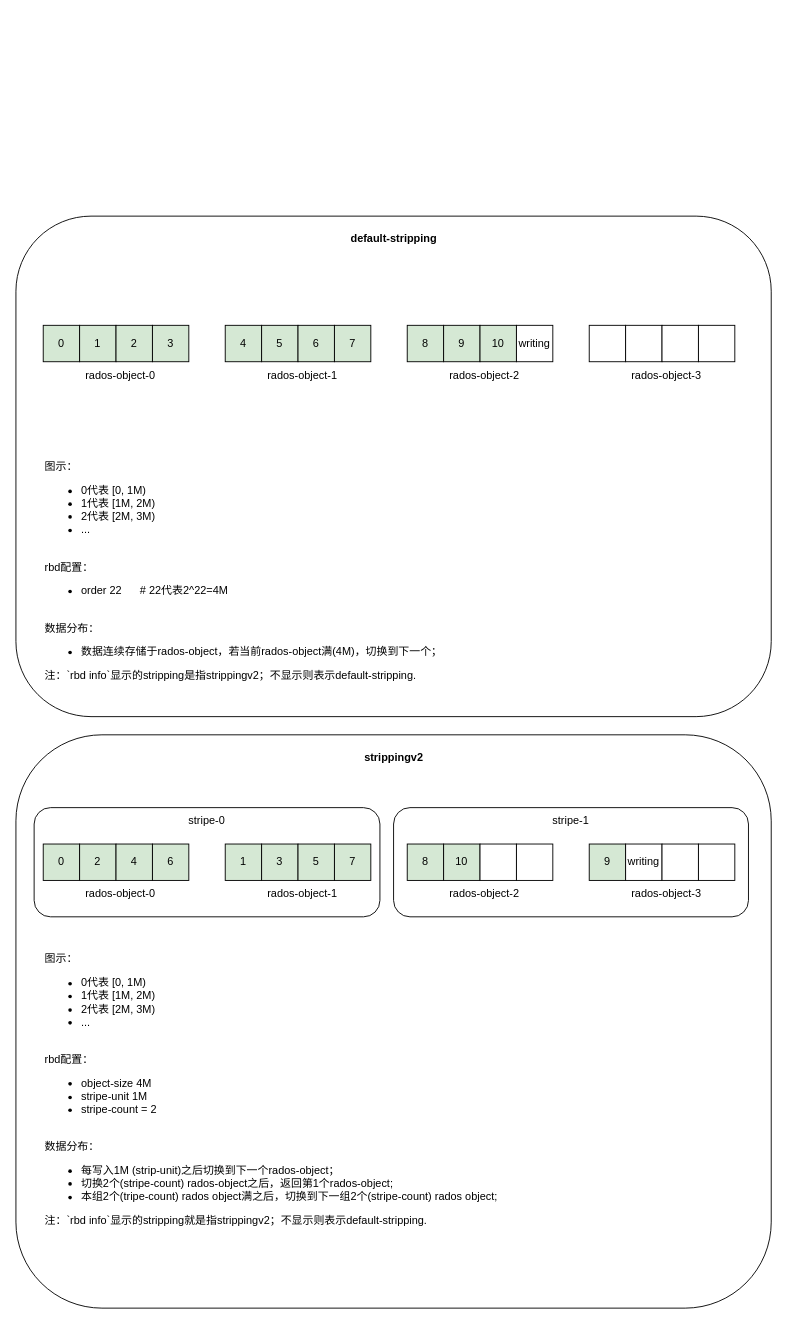
yuanguohuo/diagrams keeps this draw.io diagram as page "stripping" (2 of 3) of ceph-rbd.drawio. Above is the earlier version. Source tidied: cells renumbered, new cells numbered last; positions are measured from the earlier drawing's top-left corner, leaving out a move shared by most shapes. Both pictures are drawn from the tidied source at 91%, with x=0, y=0 at pixel (15, 216).
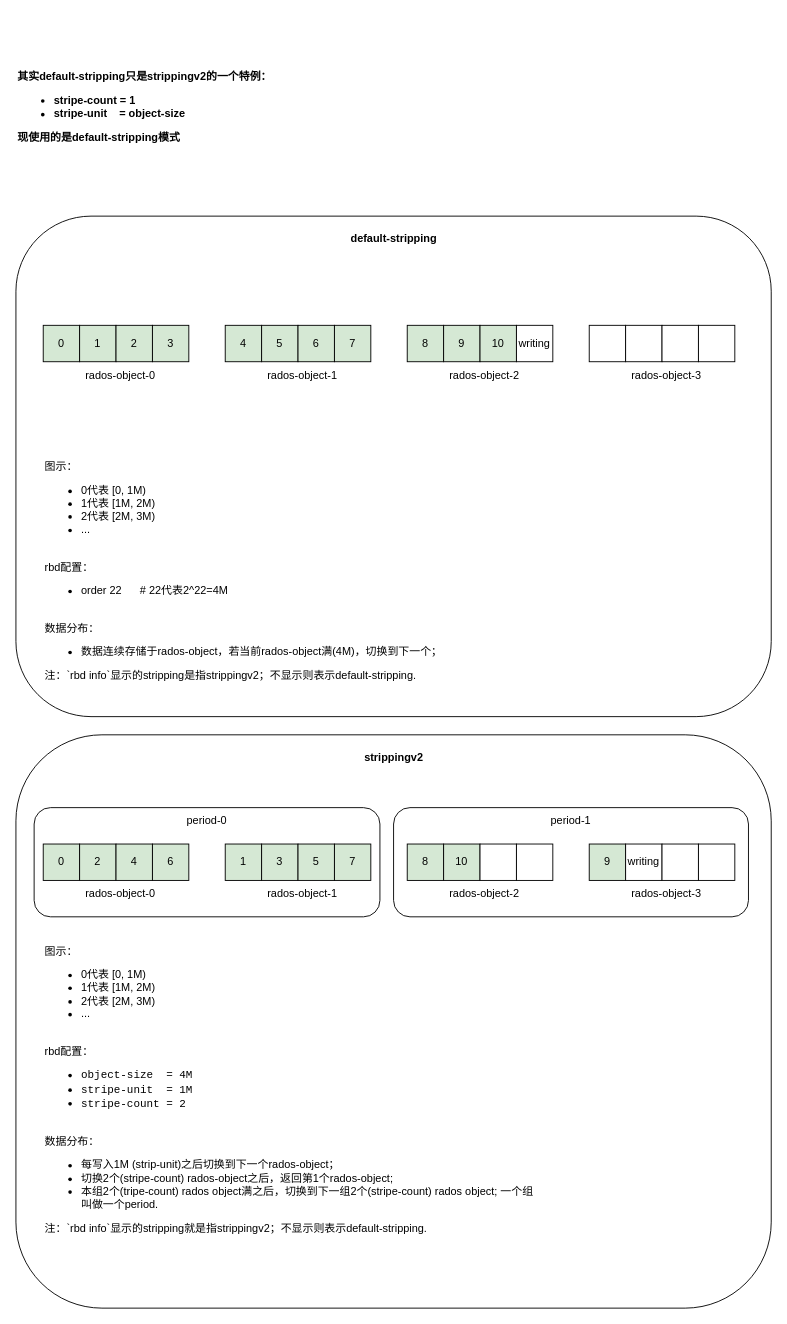
Above is the later version.

The change refers to these unchanged cells:
```xml
<mxCell id="25" style="group;" parent="1" vertex="1">
  <mxGeometry y="570" width="830" height="630" as="geometry" />
</mxCell>
```

Change to the diagram source:
```diff
@@
-    <mxCell id="27" value="图示：&lt;br&gt;&lt;ul&gt;&lt;li&gt;0代表 [0, 1M)&lt;/li&gt;&lt;li&gt;1代表 [1M, 2M)&lt;/li&gt;&lt;li&gt;2代表 [2M, 3M)&lt;/li&gt;&lt;li&gt;...&lt;/li&gt;&lt;/ul&gt;&lt;br&gt;rbd配置：&lt;br&gt;&lt;ul&gt;&lt;li&gt;object-size 4M&lt;/li&gt;&lt;li&gt;stripe-unit 1M&lt;/li&gt;&lt;li&gt;stripe-count = 2&lt;/li&gt;&lt;/ul&gt;&lt;br&gt;数据分布：&lt;br&gt;&lt;ul&gt;&lt;li&gt;每写入1M (strip-unit)之后切换到下一个rados-object；&lt;/li&gt;&lt;li&gt;切换2个(stripe-count) rados-object之后，返回第1个rados-object;&lt;/li&gt;&lt;li&gt;本组2个(tripe-count) rados object满之后，切换到下一组2个(stripe-count) rados object;&lt;/li&gt;&lt;/ul&gt;&lt;div&gt;注：`rbd info`显示的stripping就是指strippingv2；不显示则表示default-stripping.&lt;/div&gt;" style="text;html=1;strokeColor=none;fillColor=none;align=left;verticalAlign=middle;whiteSpace=wrap;rounded=0;" parent="25" vertex="1">
+    <mxCell id="27" value="图示：&lt;br&gt;&lt;ul&gt;&lt;li&gt;0代表 [0, 1M)&lt;/li&gt;&lt;li&gt;1代表 [1M, 2M)&lt;/li&gt;&lt;li&gt;2代表 [2M, 3M)&lt;/li&gt;&lt;li&gt;...&lt;/li&gt;&lt;/ul&gt;&lt;br&gt;rbd配置：&lt;br&gt;&lt;ul&gt;&lt;li&gt;&lt;font face=&quot;Courier New&quot;&gt;object-size&amp;nbsp; = 4M&lt;/font&gt;&lt;/li&gt;&lt;li&gt;&lt;font face=&quot;Courier New&quot;&gt;stripe-unit&amp;nbsp; = 1M&lt;/font&gt;&lt;/li&gt;&lt;li&gt;&lt;font face=&quot;Courier New&quot;&gt;stripe-count = 2&lt;/font&gt;&lt;/li&gt;&lt;/ul&gt;&lt;br&gt;数据分布：&lt;br&gt;&lt;ul&gt;&lt;li&gt;每写入1M (strip-unit)之后切换到下一个rados-object；&lt;/li&gt;&lt;li&gt;切换2个(stripe-count) rados-object之后，返回第1个rados-object;&lt;/li&gt;&lt;li&gt;本组2个(tripe-count) rados object满之后，切换到下一组2个(stripe-count) rados object; 一个组叫做一个period.&lt;/li&gt;&lt;/ul&gt;&lt;div&gt;注：`rbd info`显示的stripping就是指strippingv2；不显示则表示default-stripping.&lt;/div&gt;" style="text;html=1;strokeColor=none;fillColor=none;align=left;verticalAlign=middle;whiteSpace=wrap;rounded=0;" parent="25" vertex="1">
       <mxGeometry x="30" y="220" width="550" height="340" as="geometry" />
     </mxCell>
@@
-    <mxCell id="40" value="stripe-0" style="text;html=1;strokeColor=none;fillColor=none;align=center;verticalAlign=middle;whiteSpace=wrap;rounded=0;" parent="25" vertex="1">
+    <mxCell id="40" value="period-0" style="text;html=1;strokeColor=none;fillColor=none;align=center;verticalAlign=middle;whiteSpace=wrap;rounded=0;" parent="25" vertex="1">
       <mxGeometry x="180" y="80" width="60" height="30" as="geometry" />
     </mxCell>
@@
-    <mxCell id="52" value="stripe-1" style="text;html=1;strokeColor=none;fillColor=none;align=center;verticalAlign=middle;whiteSpace=wrap;rounded=0;" parent="25" vertex="1">
+    <mxCell id="52" value="period-1" style="text;html=1;strokeColor=none;fillColor=none;align=center;verticalAlign=middle;whiteSpace=wrap;rounded=0;" parent="25" vertex="1">
       <mxGeometry x="580" y="80" width="60" height="30" as="geometry" />
     </mxCell>
+    <mxCell id="53" value="&lt;b&gt;其实default-stripping只是strippingv2的一个特例：&lt;br&gt;&lt;ul&gt;&lt;li&gt;&lt;b&gt;stripe-count = 1&lt;/b&gt;&lt;/li&gt;&lt;li&gt;&lt;b&gt;stripe-unit&amp;nbsp; &amp;nbsp; = object-size&lt;/b&gt;&lt;/li&gt;&lt;/ul&gt;&lt;div&gt;现使用的是default-stripping模式&lt;/div&gt;&lt;/b&gt;" style="text;html=1;strokeColor=none;fillColor=none;align=left;verticalAlign=middle;whiteSpace=wrap;rounded=0;" parent="1" vertex="1">
+      <mxGeometry y="-220" width="820" height="200" as="geometry" />
+    </mxCell>
```
